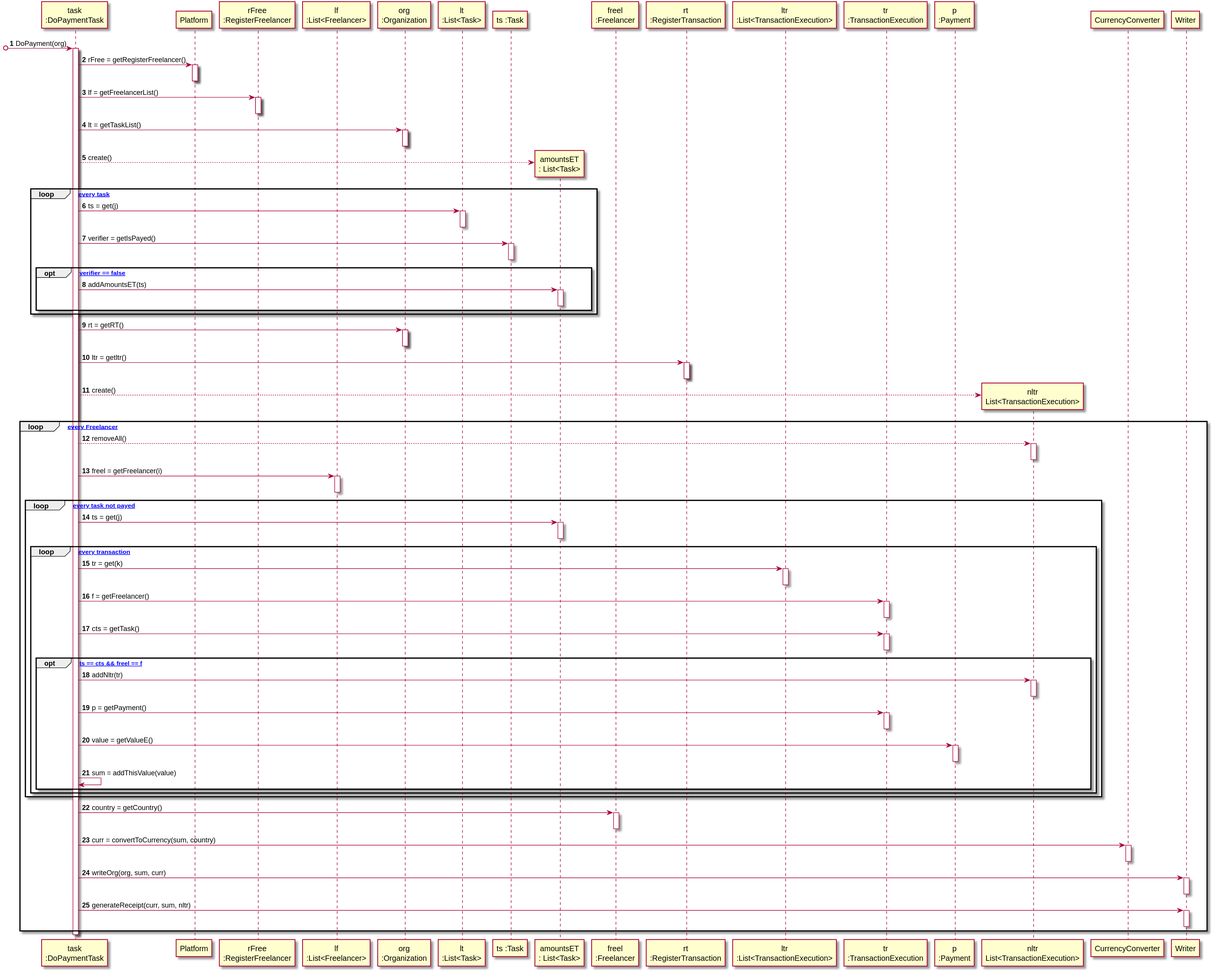
The PlantUML diagram docs/UC7 - Do Payment Automatically/UC7_SD_DoPayment.svg in 1190452/LAPR2, before a commit.
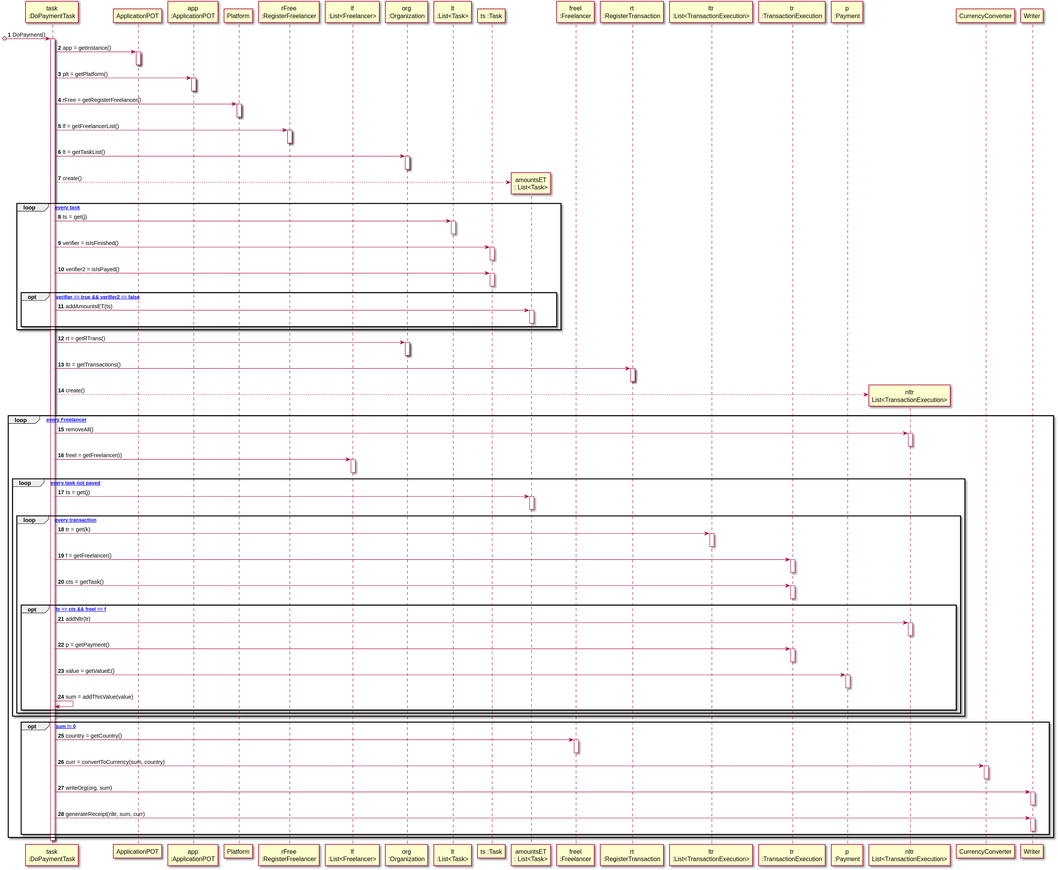
Above is the later version.

Change to the diagram source:
```diff
@@ -2,6 +2,8 @@
 autonumber
 
 participant "task\n:DoPaymentTask" as TASK
+participant "ApplicationPOT" as _APP
+participant "app\n:ApplicationPOT" as APP
 participant "Platform" as P
 participant "rFree\n:RegisterFreelancer" as RF
 participant "lf\n:List<Freelancer>" as LF
@@ -20,9 +22,16 @@
 participant "CurrencyConverter" as CC
 participant "Writer" as W
 
-[o-> TASK : DoPayment(org)
+[o-> TASK : DoPayment()
 activate TASK
 
+TASK -> _APP : app = getInstance()
+activate _APP
+deactivate _APP
+
+TASK -> APP : plt = getPlatform()
+activate APP
+deactivate APP
 
 TASK -> P : rFree = getRegisterFreelancer()
 activate P
@@ -50,11 +59,14 @@
 
 
 
-TASK -> T : verifier = getIsPayed()
+TASK -> T : verifier = isIsFinished()
+activate T
+deactivate T
+TASK -> T : verifier2 = isIsPayed()
 activate T
 deactivate T
 
-opt [if verifier == false]
+opt [if verifier == true && verifier2 == false]
 
 
 
@@ -66,11 +78,11 @@
 end loop
 
 
-TASK -> O : rt = getRT()
+TASK -> O : rt = getRTrans()
 activate O
 deactivate O
 
-TASK -> RT : ltr = getltr()
+TASK -> RT : ltr = getTransactions()
 activate RT
 deactivate RT
 
@@ -79,7 +91,7 @@
 
 loop [for every Freelancer]
 
-TASK --> NLTR : removeAll()
+TASK -> NLTR : removeAll()
 activate NLTR
 deactivate NLTR
 
@@ -127,6 +139,7 @@
 end loop
 end loop
 
+opt [if sum != 0]
 TASK -> F : country = getCountry()
 activate F
 deactivate F
@@ -135,19 +148,15 @@
 activate CC
 deactivate CC
 
-
-
-
-
-TASK -> W : writeOrg(org, sum, curr)
+TASK -> W : writeOrg(org, sum)
 activate W
 deactivate W
 
-TASK -> W : generateReceipt(curr, sum, nltr)
+TASK -> W : generateReceipt(nltr, sum, curr)
 activate W
 deactivate W
 
-
+end opt
 
 end loop
 deactivate TASK
```
